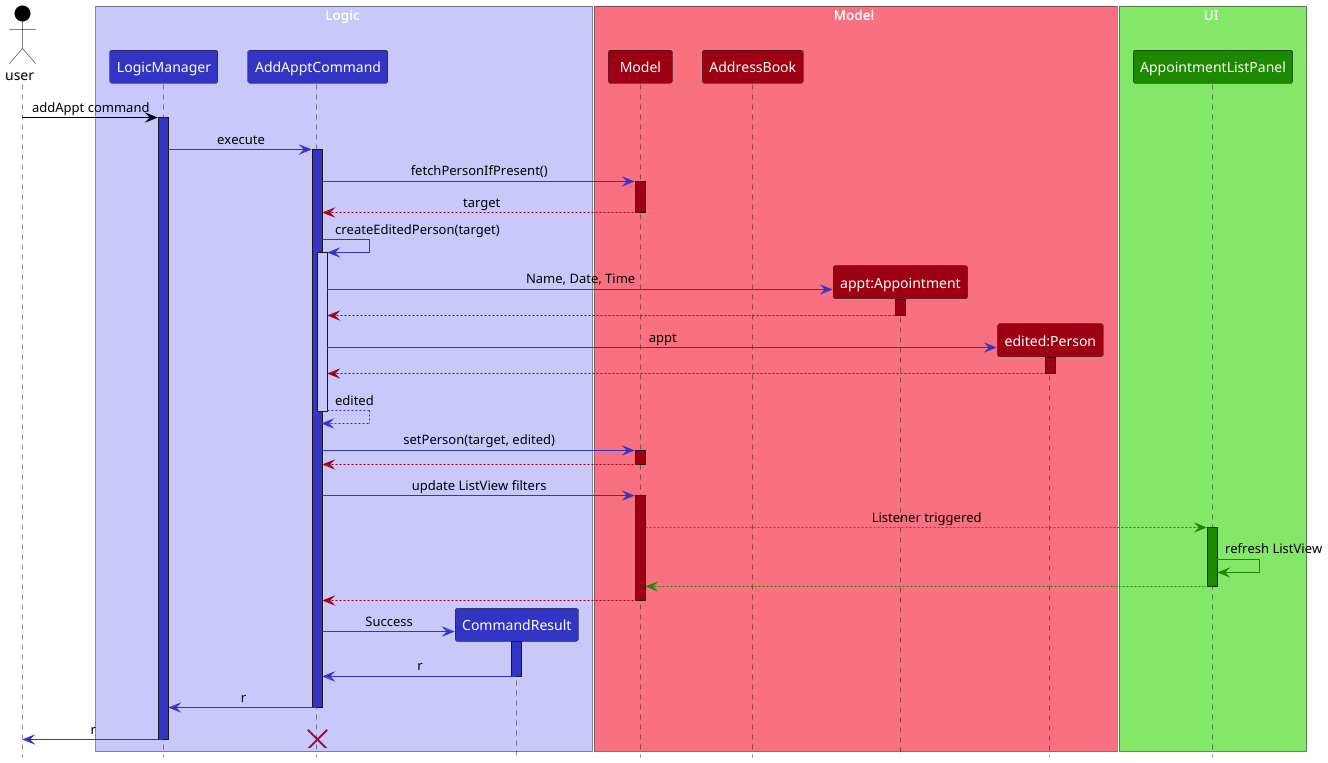
This is docs/images/AddApptCommandSequenceDiagram.png from nus-cs2103-AY2425S1/tp, a PlantUML export, as it was before one commit.
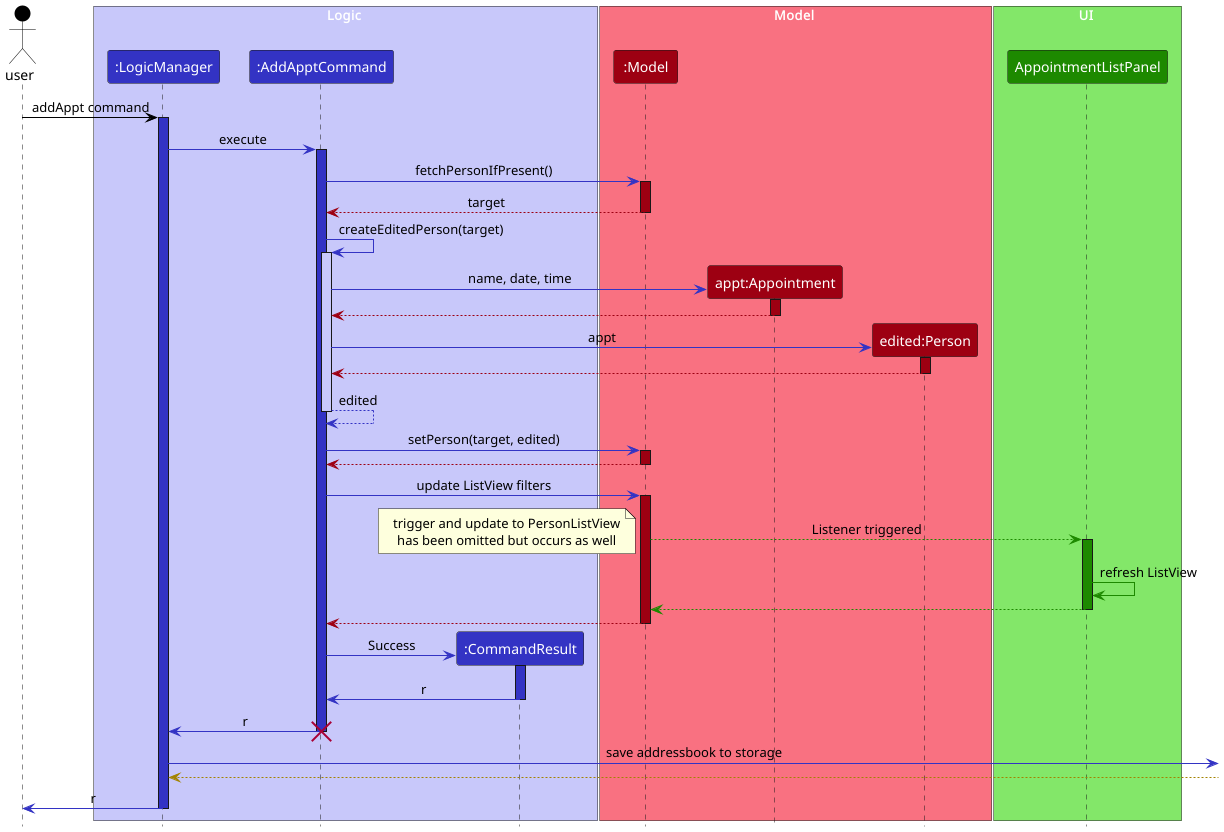
The same file after the commit.

Change to the diagram source:
```diff
@@ -5,14 +5,13 @@
 Actor user as user USER_COLOR
 
 box Logic LOGIC_COLOR_T1
-participant "LogicManager" as Logic LOGIC_COLOR
-participant "AddApptCommand" as AddApptCommand LOGIC_COLOR
-participant "CommandResult" as CommandResult LOGIC_COLOR
+participant ":LogicManager" as Logic LOGIC_COLOR
+participant ":AddApptCommand" as AddApptCommand LOGIC_COLOR
+participant ":CommandResult" as CommandResult LOGIC_COLOR
 end box
 
 box Model MODEL_COLOR_T1
-participant "Model" as Model MODEL_COLOR
-participant "AddressBook" as AddressBook MODEL_COLOR
+participant ":Model" as Model MODEL_COLOR
 participant "appt:Appointment" as Appt MODEL_COLOR
 participant "edited:Person" as Person MODEL_COLOR
 end box
@@ -36,7 +35,7 @@
 activate AddApptCommand LOGIC_COLOR_T1
 
 create Appt MODEL_COLOR
-AddApptCommand -[LOGIC_COLOR]> Appt : Name, Date, Time
+AddApptCommand -[LOGIC_COLOR]> Appt : name, date, time
 activate Appt MODEL_COLOR
 Appt -[MODEL_COLOR]-> AddApptCommand
 deactivate Appt
@@ -56,6 +55,7 @@
 AddApptCommand -[LOGIC_COLOR]> Model : update ListView filters
 activate Model MODEL_COLOR
 Model -[UI_COLOR]-> ApptListPanel : Listener triggered
+note left: trigger and update to PersonListView\nhas been omitted but occurs as well
 activate ApptListPanel UI_COLOR
 ApptListPanel -[UI_COLOR]> ApptListPanel : refresh ListView
 ApptListPanel -[UI_COLOR]-> Model
@@ -73,7 +73,9 @@
 AddApptCommand -[LOGIC_COLOR]> Logic : r
 deactivate AddApptCommand LOGIC_COLOR
 
+destroy AddApptCommand
+Logic -[LOGIC_COLOR]> : save addressbook to storage
+]-[STORAGE_COLOR]-> Logic
 Logic -[LOGIC_COLOR]> user : r
-destroy AddApptCommand
 deactivate Logic LOGIC_COLOR
 @enduml
```
